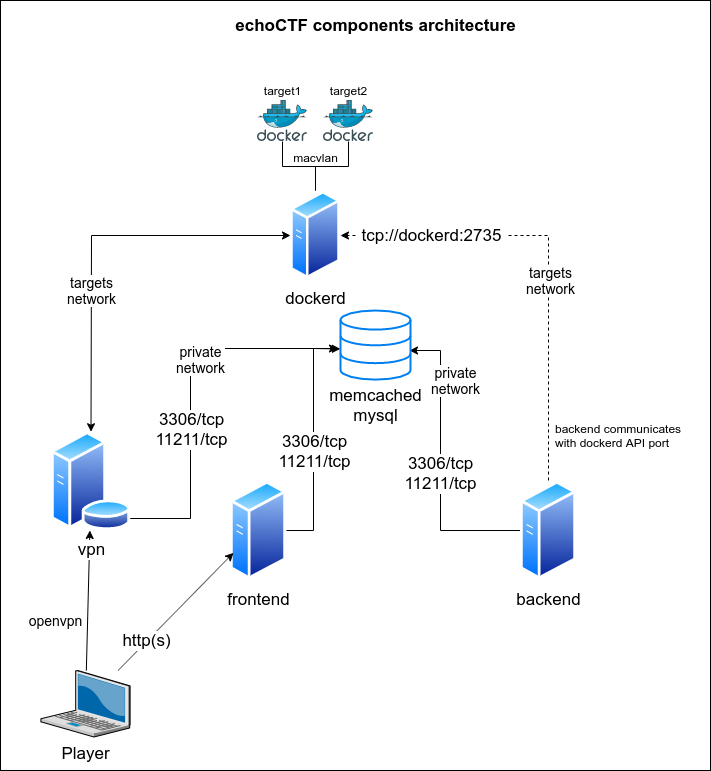
Earlier version of the draw.io export docs/assets/architecture diagram.png (echoCTF/echoCTF.RED). Source tidied: cells renumbered, new cells last; positions are measured from the earlier drawing's top-left corner, leaving out a move shared by most shapes.
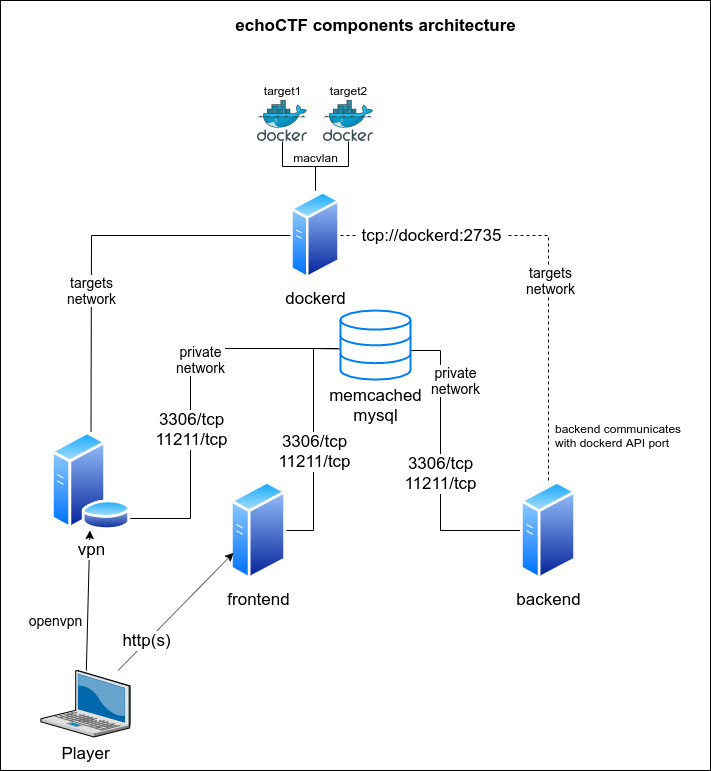
The same file after the commit.

The edit, as a diff of the source:
```diff
@@ -8,7 +8,7 @@
     <mxCell id="3" value="echoCTF components architecture" style="text;html=1;align=center;verticalAlign=middle;fontSize=17;fontStyle=1;" parent="1" vertex="1">
       <mxGeometry x="225" y="10" width="300" height="30" as="geometry" />
     </mxCell>
-    <mxCell id="4" style="edgeStyle=orthogonalEdgeStyle;rounded=0;orthogonalLoop=1;jettySize=auto;html=1;entryX=-0.043;entryY=0.579;entryDx=0;entryDy=0;entryPerimeter=0;startArrow=none;startFill=0;fontSize=17;" parent="1" edge="1">
+    <mxCell id="4" style="edgeStyle=orthogonalEdgeStyle;rounded=0;orthogonalLoop=1;jettySize=auto;html=1;entryX=-0.043;entryY=0.579;entryDx=0;entryDy=0;entryPerimeter=0;startArrow=none;startFill=0;fontSize=17;endArrow=none;endFill=0;" parent="1" edge="1">
       <mxGeometry relative="1" as="geometry">
         <mxPoint x="115" y="518" as="sourcePoint" />
         <mxPoint x="337" y="348" as="targetPoint" />
@@ -26,7 +26,7 @@
     <mxCell id="6" value="dockerd" style="perimeter=ellipsePerimeter;html=1;align=center;shadow=0;dashed=0;spacingTop=3;image;image=img/lib/active_directory/generic_server.svg;fontSize=17;" parent="1" vertex="1">
       <mxGeometry x="290" y="190" width="50" height="89.3" as="geometry" />
     </mxCell>
-    <mxCell id="7" style="edgeStyle=orthogonalEdgeStyle;rounded=0;jettySize=auto;html=1;entryX=-0.002;entryY=0.556;entryDx=0;entryDy=0;entryPerimeter=0;startArrow=none;startFill=0;fontSize=17;" parent="1" edge="1" source="9" target="15">
+    <mxCell id="7" style="edgeStyle=orthogonalEdgeStyle;rounded=0;jettySize=auto;html=1;entryX=-0.002;entryY=0.556;entryDx=0;entryDy=0;entryPerimeter=0;startArrow=none;startFill=0;fontSize=17;endArrow=none;endFill=0;" parent="1" edge="1" source="9" target="15">
       <mxGeometry relative="1" as="geometry" />
     </mxCell>
     <mxCell id="8" value="3306/tcp&lt;br&gt;11211/tcp" style="text;html=1;align=center;verticalAlign=middle;labelBackgroundColor=#ffffff;fontSize=17;" parent="7" vertex="1">
@@ -37,7 +37,7 @@
     <mxCell id="9" value="frontend" style="perimeter=ellipsePerimeter;html=1;align=center;shadow=0;dashed=0;spacingTop=3;image;image=img/lib/active_directory/generic_server.svg;fontSize=17;" parent="1" vertex="1">
       <mxGeometry x="230" y="480" width="56" height="100" as="geometry" />
     </mxCell>
-    <mxCell id="10" style="edgeStyle=orthogonalEdgeStyle;rounded=0;jettySize=auto;html=1;entryX=0.99;entryY=0.573;entryDx=0;entryDy=0;entryPerimeter=0;startArrow=none;startFill=0;fontSize=17;" parent="1" edge="1" source="14" target="15">
+    <mxCell id="10" style="edgeStyle=orthogonalEdgeStyle;rounded=0;jettySize=auto;html=1;entryX=0.99;entryY=0.573;entryDx=0;entryDy=0;entryPerimeter=0;startArrow=none;startFill=0;fontSize=17;endArrow=none;endFill=0;" parent="1" edge="1" source="14" target="15">
       <mxGeometry relative="1" as="geometry">
         <Array as="points">
           <mxPoint x="440" y="530" />
@@ -50,7 +50,7 @@
         <mxPoint y="25.6" as="offset" />
       </mxGeometry>
     </mxCell>
-    <mxCell id="12" style="edgeStyle=orthogonalEdgeStyle;rounded=0;jettySize=auto;html=1;startArrow=none;startFill=0;fontSize=17;entryX=1;entryY=0.5;entryDx=0;entryDy=0;dashed=1;" parent="1" edge="1" source="14" target="6">
+    <mxCell id="12" style="edgeStyle=orthogonalEdgeStyle;rounded=0;jettySize=auto;html=1;startArrow=none;startFill=0;fontSize=17;entryX=1;entryY=0.5;entryDx=0;entryDy=0;dashed=1;endArrow=none;endFill=0;" parent="1" edge="1" source="14" target="6">
       <mxGeometry relative="1" as="geometry">
         <Array as="points">
           <mxPoint x="548" y="235" />
@@ -68,7 +68,7 @@
     <mxCell id="15" value="memcached&lt;br&gt;mysql" style="html=1;verticalLabelPosition=bottom;align=center;labelBackgroundColor=#ffffff;verticalAlign=top;strokeWidth=2;strokeColor=#0080F0;shadow=0;dashed=0;shape=mxgraph.ios7.icons.data;fontSize=17;" parent="1" vertex="1">
       <mxGeometry x="340" y="310" width="70" height="69.1" as="geometry" />
     </mxCell>
-    <mxCell id="16" style="edgeStyle=orthogonalEdgeStyle;rounded=0;jettySize=auto;html=1;entryX=0;entryY=0.5;entryDx=0;entryDy=0;startArrow=classic;startFill=1;fontSize=17;" parent="1" edge="1" source="19" target="6">
+    <mxCell id="16" style="edgeStyle=orthogonalEdgeStyle;rounded=0;jettySize=auto;html=1;entryX=0;entryY=0.5;entryDx=0;entryDy=0;startArrow=none;startFill=0;fontSize=17;endArrow=none;endFill=0;" parent="1" edge="1" source="19" target="6">
       <mxGeometry relative="1" as="geometry">
         <Array as="points">
           <mxPoint x="91" y="235" />
```
